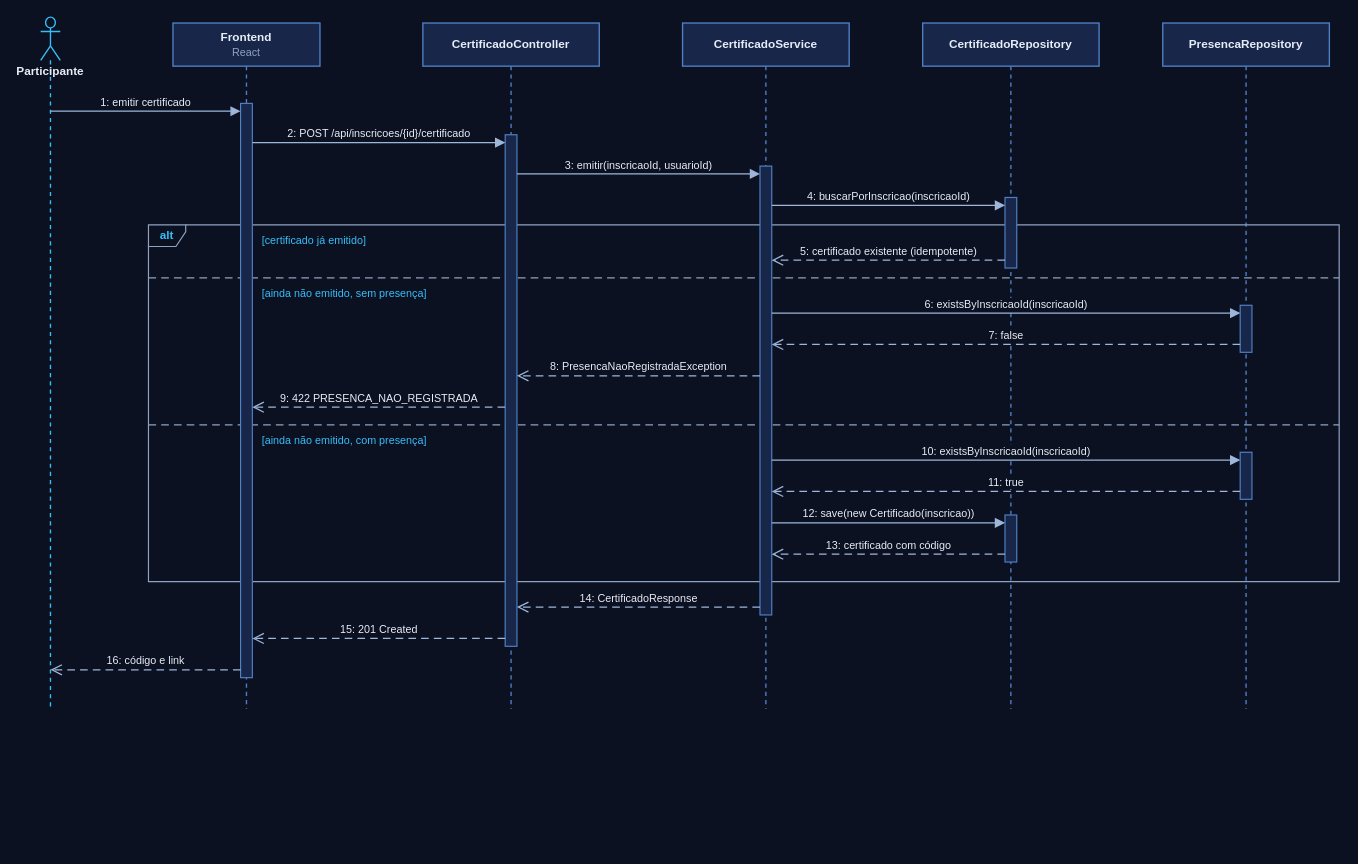
Before: page "A.6a Sequência — Emissão do certificado" (9 of 11) of docs/diagramas/v2-azul-noite/diagramas-v2-azul-noite.drawio in Jayzmatos22/GerenciadorDeEventos, a draw.io diagram. Source tidied: cells renumbered, new cells numbered last; positions are measured from the earlier drawing's top-left corner, leaving out a move shared by most shapes. Both pictures are drawn from the tidied source at 98%, with x=0, y=0 at pixel (40, 17).
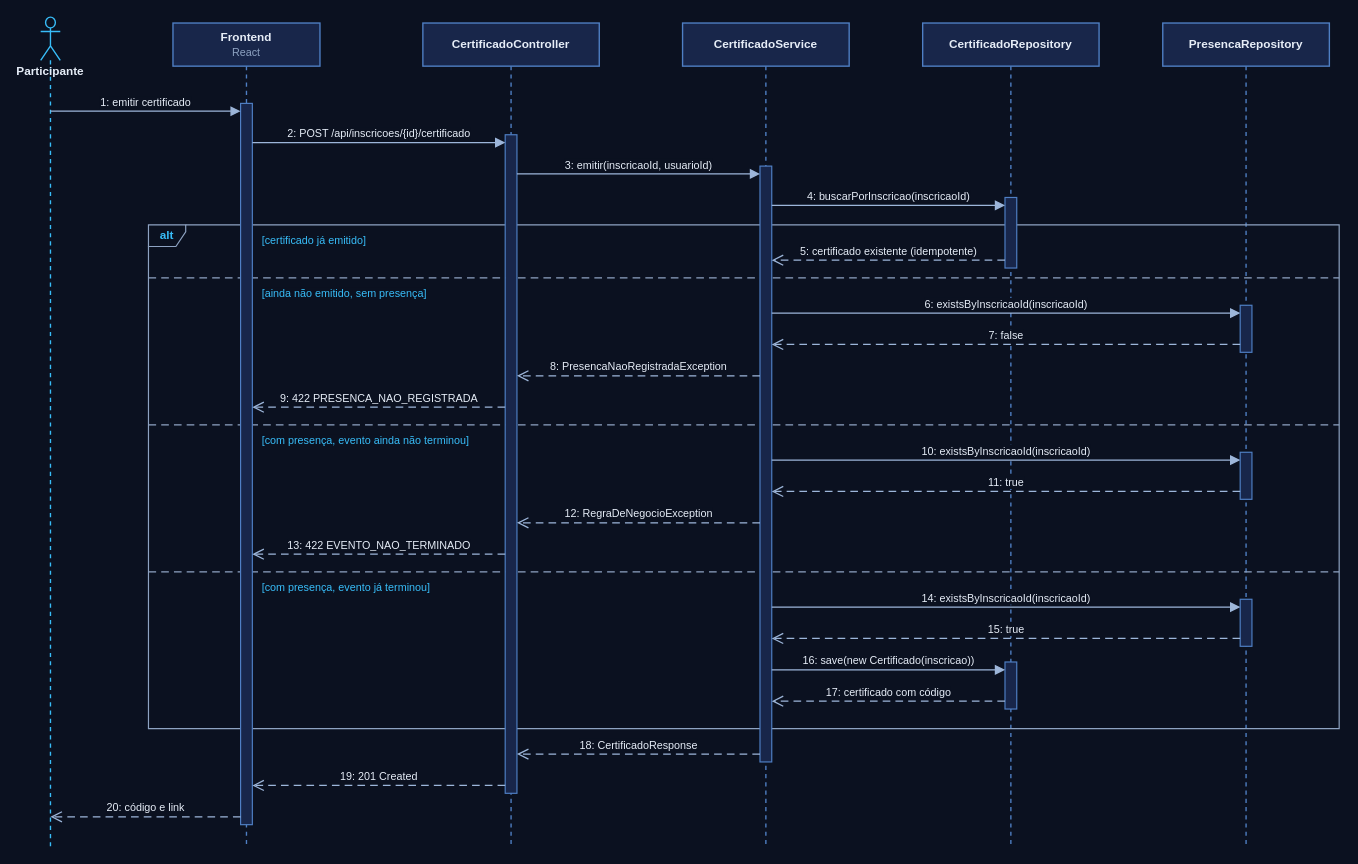
After the change.

Diff of the diagram source:
```diff
@@
     <mxCell id="2" value="Participante" style="html=1;whiteSpace=wrap;fontFamily=Helvetica;fontSize=12;fontColor=#e6edf7;strokeWidth=1.4;shape=umlLifeline;participant=umlActor;perimeter=lifelinePerimeter;verticalAlign=top;spacingTop=42;size=44;fillColor=none;strokeColor=#38bdf8;fontStyle=1;" parent="1" vertex="1">
-      <mxGeometry width="20" height="706" as="geometry" />
+      <mxGeometry width="20" height="846" as="geometry" />
     </mxCell>
     <mxCell id="3" value="&lt;b&gt;Frontend&lt;/b&gt;&lt;br&gt;&lt;span style=&quot;font-size:11px;color:#8ea3c2&quot;&gt;React&lt;/span&gt;" style="html=1;whiteSpace=wrap;fontFamily=Helvetica;fontSize=12;fontColor=#e6edf7;strokeWidth=1.4;shape=umlLifeline;perimeter=lifelinePerimeter;size=44;fillColor=#18264a;strokeColor=#4f7fc4;" parent="1" vertex="1">
-      <mxGeometry x="135" y="6" width="150" height="700" as="geometry" />
+      <mxGeometry x="135" y="6" width="150" height="840" as="geometry" />
     </mxCell>
     <mxCell id="4" value="&lt;b&gt;CertificadoController&lt;/b&gt;" style="html=1;whiteSpace=wrap;fontFamily=Helvetica;fontSize=12;fontColor=#e6edf7;strokeWidth=1.4;shape=umlLifeline;perimeter=lifelinePerimeter;size=44;fillColor=#18264a;strokeColor=#4f7fc4;" parent="1" vertex="1">
-      <mxGeometry x="390" y="6" width="180" height="700" as="geometry" />
+      <mxGeometry x="390" y="6" width="180" height="840" as="geometry" />
     </mxCell>
     <mxCell id="5" value="&lt;b&gt;CertificadoService&lt;/b&gt;" style="html=1;whiteSpace=wrap;fontFamily=Helvetica;fontSize=12;fontColor=#e6edf7;strokeWidth=1.4;shape=umlLifeline;perimeter=lifelinePerimeter;size=44;fillColor=#18264a;strokeColor=#4f7fc4;" parent="1" vertex="1">
-      <mxGeometry x="655" y="6" width="170" height="700" as="geometry" />
+      <mxGeometry x="655" y="6" width="170" height="840" as="geometry" />
     </mxCell>
     <mxCell id="6" value="&lt;b&gt;CertificadoRepository&lt;/b&gt;" style="html=1;whiteSpace=wrap;fontFamily=Helvetica;fontSize=12;fontColor=#e6edf7;strokeWidth=1.4;shape=umlLifeline;perimeter=lifelinePerimeter;size=44;fillColor=#18264a;strokeColor=#4f7fc4;" parent="1" vertex="1">
-      <mxGeometry x="900" y="6" width="180" height="700" as="geometry" />
+      <mxGeometry x="900" y="6" width="180" height="840" as="geometry" />
     </mxCell>
     <mxCell id="7" value="&lt;b&gt;PresencaRepository&lt;/b&gt;" style="html=1;whiteSpace=wrap;fontFamily=Helvetica;fontSize=12;fontColor=#e6edf7;strokeWidth=1.4;shape=umlLifeline;perimeter=lifelinePerimeter;size=44;fillColor=#18264a;strokeColor=#4f7fc4;" parent="1" vertex="1">
-      <mxGeometry x="1145" y="6" width="170" height="700" as="geometry" />
+      <mxGeometry x="1145" y="6" width="170" height="840" as="geometry" />
     </mxCell>
     <mxCell id="8" value="alt" style="html=1;whiteSpace=wrap;fontFamily=Helvetica;fontSize=12;fontColor=#e6edf7;strokeWidth=1.4;shape=umlFrame;width=38;height=22;fillColor=none;swimlaneFillColor=none;strokeColor=#8ea3c2;fontColor=#38bdf8;fontStyle=1;strokeWidth=1.2;" parent="1" vertex="1">
-      <mxGeometry x="110" y="212" width="1215" height="364" as="geometry" />
+      <mxGeometry x="110" y="212" width="1215" height="514" as="geometry" />
     </mxCell>
-    <mxCell id="9" style="edgeStyle=none;rounded=0;html=1;fontFamily=Helvetica;fontSize=11;strokeColor=#8ea3c2;fontColor=#e6edf7;strokeWidth=1.3;labelBackgroundColor=#0b1120;endArrow=none;dashed=1;dashPattern=6 4;" parent="1" edge="1">
-      <mxGeometry relative="1" as="geometry">
-        <mxPoint x="110" y="266" as="sourcePoint" />
-        <mxPoint x="1325" y="266" as="targetPoint" />
-      </mxGeometry>
-    </mxCell>
     <mxCell id="10" style="edgeStyle=none;rounded=0;html=1;fontFamily=Helvetica;fontSize=11;strokeColor=#8ea3c2;fontColor=#e6edf7;strokeWidth=1.3;labelBackgroundColor=#0b1120;endArrow=none;dashed=1;dashPattern=6 4;" parent="1" edge="1">
       <mxGeometry relative="1" as="geometry">
-        <mxPoint x="110" y="416" as="sourcePoint" />
-        <mxPoint x="1325" y="416" as="targetPoint" />
+        <mxPoint x="110" y="266" as="sourcePoint" />
+        <mxPoint x="1325" y="266" as="targetPoint" />
       </mxGeometry>
     </mxCell>
+    <mxCell id="25" style="edgeStyle=none;rounded=0;html=1;fontFamily=Helvetica;fontSize=11;strokeColor=#8ea3c2;fontColor=#e6edf7;strokeWidth=1.3;labelBackgroundColor=#0b1120;endArrow=none;dashed=1;dashPattern=6 4;" parent="1" edge="1">
+      <mxGeometry relative="1" as="geometry">
+        <mxPoint x="110" y="416" as="sourcePoint" />
+        <mxPoint x="1325" y="416" as="targetPoint" />
+      </mxGeometry>
+    </mxCell>
+    <mxCell id="26" style="edgeStyle=none;rounded=0;html=1;fontFamily=Helvetica;fontSize=11;strokeColor=#8ea3c2;fontColor=#e6edf7;strokeWidth=1.3;labelBackgroundColor=#0b1120;endArrow=none;dashed=1;dashPattern=6 4;" parent="1" edge="1">
+      <mxGeometry relative="1" as="geometry">
+        <mxPoint x="110" y="566" as="sourcePoint" />
+        <mxPoint x="1325" y="566" as="targetPoint" />
+      </mxGeometry>
+    </mxCell>
     <mxCell id="11" style="html=1;whiteSpace=wrap;fontFamily=Helvetica;fontSize=12;fontColor=#e6edf7;strokeWidth=1.4;perimeter=orthogonalPerimeter;targetShapes=umlLifeline;fillColor=#18264a;strokeColor=#4f7fc4;strokeWidth=1.2;" parent="1" vertex="1">
-      <mxGeometry x="204" y="88" width="12" height="586" as="geometry" />
+      <mxGeometry x="204" y="88" width="12" height="736" as="geometry" />
     </mxCell>
     <mxCell id="12" style="html=1;whiteSpace=wrap;fontFamily=Helvetica;fontSize=12;fontColor=#e6edf7;strokeWidth=1.4;perimeter=orthogonalPerimeter;targetShapes=umlLifeline;fillColor=#18264a;strokeColor=#4f7fc4;strokeWidth=1.2;" parent="1" vertex="1">
-      <mxGeometry x="474" y="120" width="12" height="522" as="geometry" />
+      <mxGeometry x="474" y="120" width="12" height="672" as="geometry" />
     </mxCell>
     <mxCell id="13" style="html=1;whiteSpace=wrap;fontFamily=Helvetica;fontSize=12;fontColor=#e6edf7;strokeWidth=1.4;perimeter=orthogonalPerimeter;targetShapes=umlLifeline;fillColor=#18264a;strokeColor=#4f7fc4;strokeWidth=1.2;" parent="1" vertex="1">
-      <mxGeometry x="734" y="152" width="12" height="458" as="geometry" />
+      <mxGeometry x="734" y="152" width="12" height="608" as="geometry" />
     </mxCell>
@@
     <mxCell id="15" style="html=1;whiteSpace=wrap;fontFamily=Helvetica;fontSize=12;fontColor=#e6edf7;strokeWidth=1.4;perimeter=orthogonalPerimeter;targetShapes=umlLifeline;fillColor=#18264a;strokeColor=#4f7fc4;strokeWidth=1.2;" parent="1" vertex="1">
-      <mxGeometry x="984" y="508" width="12" height="48" as="geometry" />
+      <mxGeometry x="984" y="658" width="12" height="48" as="geometry" />
     </mxCell>
@@
+    <mxCell id="37" style="html=1;whiteSpace=wrap;fontFamily=Helvetica;fontSize=12;fontColor=#e6edf7;strokeWidth=1.4;perimeter=orthogonalPerimeter;targetShapes=umlLifeline;fillColor=#18264a;strokeColor=#4f7fc4;strokeWidth=1.2;" parent="1" vertex="1">
+      <mxGeometry x="1224" y="594" width="12" height="48" as="geometry" />
+    </mxCell>
@@
-    <mxCell id="24" value="[ainda não emitido, com presença]" style="html=1;whiteSpace=wrap;fontFamily=Helvetica;fontSize=12;fontColor=#e6edf7;strokeWidth=1.4;text;strokeColor=none;fillColor=none;align=left;verticalAlign=top;fontColor=#38bdf8;fontSize=11;labelBackgroundColor=#0b1120;" parent="1" vertex="1">
-      <mxGeometry x="224" y="419" width="192" height="18" as="geometry" />
+    <mxCell id="24" value="[com presença, evento ainda não terminou]" style="html=1;whiteSpace=wrap;fontFamily=Helvetica;fontSize=12;fontColor=#e6edf7;strokeWidth=1.4;text;strokeColor=none;fillColor=none;align=left;verticalAlign=top;fontColor=#38bdf8;fontSize=11;labelBackgroundColor=#0b1120;" parent="1" vertex="1">
+      <mxGeometry x="224" y="419" width="241" height="18" as="geometry" />
     </mxCell>
-    <mxCell id="25" value="5: certificado existente (idempotente)" style="edgeStyle=none;rounded=0;html=1;fontFamily=Helvetica;fontSize=11;strokeColor=#9db6da;fontColor=#e6edf7;strokeWidth=1.3;labelBackgroundColor=#0b1120;endArrow=open;endFill=0;endSize=9;dashed=1;dashPattern=6 4;verticalAlign=bottom;" parent="1" edge="1">
-      <mxGeometry relative="1" as="geometry">
-        <mxPoint x="984" y="248" as="sourcePoint" />
-        <mxPoint x="746" y="248" as="targetPoint" />
-      </mxGeometry>
-    </mxCell>
-    <mxCell id="26" value="6: existsByInscricaoId(inscricaoId)" style="edgeStyle=none;rounded=0;html=1;fontFamily=Helvetica;fontSize=11;strokeColor=#9db6da;fontColor=#e6edf7;strokeWidth=1.3;labelBackgroundColor=#0b1120;endArrow=block;endFill=1;endSize=7;verticalAlign=bottom;" parent="1" edge="1">
-      <mxGeometry relative="1" as="geometry">
-        <mxPoint x="746" y="302" as="sourcePoint" />
-        <mxPoint x="1224" y="302" as="targetPoint" />
-      </mxGeometry>
-    </mxCell>
+    <mxCell id="38" value="[com presença, evento já terminou]" style="html=1;whiteSpace=wrap;fontFamily=Helvetica;fontSize=12;fontColor=#e6edf7;strokeWidth=1.4;text;strokeColor=none;fillColor=none;align=left;verticalAlign=top;fontColor=#38bdf8;fontSize=11;labelBackgroundColor=#0b1120;" parent="1" vertex="1">
+      <mxGeometry x="224" y="569" width="201" height="18" as="geometry" />
+    </mxCell>
-    <mxCell id="27" value="7: false" style="edgeStyle=none;rounded=0;html=1;fontFamily=Helvetica;fontSize=11;strokeColor=#9db6da;fontColor=#e6edf7;strokeWidth=1.3;labelBackgroundColor=#0b1120;endArrow=open;endFill=0;endSize=9;dashed=1;dashPattern=6 4;verticalAlign=bottom;" parent="1" edge="1">
+    <mxCell id="27" value="5: certificado existente (idempotente)" style="edgeStyle=none;rounded=0;html=1;fontFamily=Helvetica;fontSize=11;strokeColor=#9db6da;fontColor=#e6edf7;strokeWidth=1.3;labelBackgroundColor=#0b1120;endArrow=open;endFill=0;endSize=9;dashed=1;dashPattern=6 4;verticalAlign=bottom;" parent="1" edge="1">
       <mxGeometry relative="1" as="geometry">
-        <mxPoint x="1224" y="334" as="sourcePoint" />
-        <mxPoint x="746" y="334" as="targetPoint" />
+        <mxPoint x="984" y="248" as="sourcePoint" />
+        <mxPoint x="746" y="248" as="targetPoint" />
       </mxGeometry>
     </mxCell>
-    <mxCell id="28" value="8: PresencaNaoRegistradaException" style="edgeStyle=none;rounded=0;html=1;fontFamily=Helvetica;fontSize=11;strokeColor=#9db6da;fontColor=#e6edf7;strokeWidth=1.3;labelBackgroundColor=#0b1120;endArrow=open;endFill=0;endSize=9;dashed=1;dashPattern=6 4;verticalAlign=bottom;" parent="1" edge="1">
+    <mxCell id="28" value="6: existsByInscricaoId(inscricaoId)" style="edgeStyle=none;rounded=0;html=1;fontFamily=Helvetica;fontSize=11;strokeColor=#9db6da;fontColor=#e6edf7;strokeWidth=1.3;labelBackgroundColor=#0b1120;endArrow=block;endFill=1;endSize=7;verticalAlign=bottom;" parent="1" edge="1">
       <mxGeometry relative="1" as="geometry">
-        <mxPoint x="734" y="366" as="sourcePoint" />
-        <mxPoint x="486" y="366" as="targetPoint" />
+        <mxPoint x="746" y="302" as="sourcePoint" />
+        <mxPoint x="1224" y="302" as="targetPoint" />
       </mxGeometry>
     </mxCell>
-    <mxCell id="29" value="9: 422 PRESENCA_NAO_REGISTRADA" style="edgeStyle=none;rounded=0;html=1;fontFamily=Helvetica;fontSize=11;strokeColor=#9db6da;fontColor=#e6edf7;strokeWidth=1.3;labelBackgroundColor=#0b1120;endArrow=open;endFill=0;endSize=9;dashed=1;dashPattern=6 4;verticalAlign=bottom;" parent="1" edge="1">
+    <mxCell id="29" value="7: false" style="edgeStyle=none;rounded=0;html=1;fontFamily=Helvetica;fontSize=11;strokeColor=#9db6da;fontColor=#e6edf7;strokeWidth=1.3;labelBackgroundColor=#0b1120;endArrow=open;endFill=0;endSize=9;dashed=1;dashPattern=6 4;verticalAlign=bottom;" parent="1" edge="1">
       <mxGeometry relative="1" as="geometry">
-        <mxPoint x="474" y="398" as="sourcePoint" />
-        <mxPoint x="216" y="398" as="targetPoint" />
+        <mxPoint x="1224" y="334" as="sourcePoint" />
+        <mxPoint x="746" y="334" as="targetPoint" />
       </mxGeometry>
     </mxCell>
-    <mxCell id="30" value="10: existsByInscricaoId(inscricaoId)" style="edgeStyle=none;rounded=0;html=1;fontFamily=Helvetica;fontSize=11;strokeColor=#9db6da;fontColor=#e6edf7;strokeWidth=1.3;labelBackgroundColor=#0b1120;endArrow=block;endFill=1;endSize=7;verticalAlign=bottom;" parent="1" edge="1">
+    <mxCell id="30" value="8: PresencaNaoRegistradaException" style="edgeStyle=none;rounded=0;html=1;fontFamily=Helvetica;fontSize=11;strokeColor=#9db6da;fontColor=#e6edf7;strokeWidth=1.3;labelBackgroundColor=#0b1120;endArrow=open;endFill=0;endSize=9;dashed=1;dashPattern=6 4;verticalAlign=bottom;" parent="1" edge="1">
       <mxGeometry relative="1" as="geometry">
-        <mxPoint x="746" y="452" as="sourcePoint" />
-        <mxPoint x="1224" y="452" as="targetPoint" />
+        <mxPoint x="734" y="366" as="sourcePoint" />
+        <mxPoint x="486" y="366" as="targetPoint" />
       </mxGeometry>
     </mxCell>
-    <mxCell id="31" value="11: true" style="edgeStyle=none;rounded=0;html=1;fontFamily=Helvetica;fontSize=11;strokeColor=#9db6da;fontColor=#e6edf7;strokeWidth=1.3;labelBackgroundColor=#0b1120;endArrow=open;endFill=0;endSize=9;dashed=1;dashPattern=6 4;verticalAlign=bottom;" parent="1" edge="1">
+    <mxCell id="31" value="9: 422 PRESENCA_NAO_REGISTRADA" style="edgeStyle=none;rounded=0;html=1;fontFamily=Helvetica;fontSize=11;strokeColor=#9db6da;fontColor=#e6edf7;strokeWidth=1.3;labelBackgroundColor=#0b1120;endArrow=open;endFill=0;endSize=9;dashed=1;dashPattern=6 4;verticalAlign=bottom;" parent="1" edge="1">
       <mxGeometry relative="1" as="geometry">
-        <mxPoint x="1224" y="484" as="sourcePoint" />
-        <mxPoint x="746" y="484" as="targetPoint" />
+        <mxPoint x="474" y="398" as="sourcePoint" />
+        <mxPoint x="216" y="398" as="targetPoint" />
       </mxGeometry>
     </mxCell>
-    <mxCell id="32" value="12: save(new Certificado(inscricao))" style="edgeStyle=none;rounded=0;html=1;fontFamily=Helvetica;fontSize=11;strokeColor=#9db6da;fontColor=#e6edf7;strokeWidth=1.3;labelBackgroundColor=#0b1120;endArrow=block;endFill=1;endSize=7;verticalAlign=bottom;" parent="1" edge="1">
+    <mxCell id="32" value="10: existsByInscricaoId(inscricaoId)" style="edgeStyle=none;rounded=0;html=1;fontFamily=Helvetica;fontSize=11;strokeColor=#9db6da;fontColor=#e6edf7;strokeWidth=1.3;labelBackgroundColor=#0b1120;endArrow=block;endFill=1;endSize=7;verticalAlign=bottom;" parent="1" edge="1">
       <mxGeometry relative="1" as="geometry">
-        <mxPoint x="746" y="516" as="sourcePoint" />
-        <mxPoint x="984" y="516" as="targetPoint" />
+        <mxPoint x="746" y="452" as="sourcePoint" />
+        <mxPoint x="1224" y="452" as="targetPoint" />
       </mxGeometry>
     </mxCell>
-    <mxCell id="33" value="13: certificado com código" style="edgeStyle=none;rounded=0;html=1;fontFamily=Helvetica;fontSize=11;strokeColor=#9db6da;fontColor=#e6edf7;strokeWidth=1.3;labelBackgroundColor=#0b1120;endArrow=open;endFill=0;endSize=9;dashed=1;dashPattern=6 4;verticalAlign=bottom;" parent="1" edge="1">
+    <mxCell id="33" value="11: true" style="edgeStyle=none;rounded=0;html=1;fontFamily=Helvetica;fontSize=11;strokeColor=#9db6da;fontColor=#e6edf7;strokeWidth=1.3;labelBackgroundColor=#0b1120;endArrow=open;endFill=0;endSize=9;dashed=1;dashPattern=6 4;verticalAlign=bottom;" parent="1" edge="1">
       <mxGeometry relative="1" as="geometry">
-        <mxPoint x="984" y="548" as="sourcePoint" />
-        <mxPoint x="746" y="548" as="targetPoint" />
+        <mxPoint x="1224" y="484" as="sourcePoint" />
+        <mxPoint x="746" y="484" as="targetPoint" />
       </mxGeometry>
     </mxCell>
-    <mxCell id="34" value="14: CertificadoResponse" style="edgeStyle=none;rounded=0;html=1;fontFamily=Helvetica;fontSize=11;strokeColor=#9db6da;fontColor=#e6edf7;strokeWidth=1.3;labelBackgroundColor=#0b1120;endArrow=open;endFill=0;endSize=9;dashed=1;dashPattern=6 4;verticalAlign=bottom;" parent="1" edge="1">
+    <mxCell id="34" value="12: RegraDeNegocioException" style="edgeStyle=none;rounded=0;html=1;fontFamily=Helvetica;fontSize=11;strokeColor=#9db6da;fontColor=#e6edf7;strokeWidth=1.3;labelBackgroundColor=#0b1120;endArrow=open;endFill=0;endSize=9;dashed=1;dashPattern=6 4;verticalAlign=bottom;" parent="1" edge="1">
       <mxGeometry relative="1" as="geometry">
-        <mxPoint x="734" y="602" as="sourcePoint" />
-        <mxPoint x="486" y="602" as="targetPoint" />
+        <mxPoint x="734" y="516" as="sourcePoint" />
+        <mxPoint x="486" y="516" as="targetPoint" />
       </mxGeometry>
     </mxCell>
-    <mxCell id="35" value="15: 201 Created" style="edgeStyle=none;rounded=0;html=1;fontFamily=Helvetica;fontSize=11;strokeColor=#9db6da;fontColor=#e6edf7;strokeWidth=1.3;labelBackgroundColor=#0b1120;endArrow=open;endFill=0;endSize=9;dashed=1;dashPattern=6 4;verticalAlign=bottom;" parent="1" edge="1">
+    <mxCell id="35" value="13: 422 EVENTO_NAO_TERMINADO" style="edgeStyle=none;rounded=0;html=1;fontFamily=Helvetica;fontSize=11;strokeColor=#9db6da;fontColor=#e6edf7;strokeWidth=1.3;labelBackgroundColor=#0b1120;endArrow=open;endFill=0;endSize=9;dashed=1;dashPattern=6 4;verticalAlign=bottom;" parent="1" edge="1">
       <mxGeometry relative="1" as="geometry">
-        <mxPoint x="474" y="634" as="sourcePoint" />
-        <mxPoint x="216" y="634" as="targetPoint" />
+        <mxPoint x="474" y="548" as="sourcePoint" />
+        <mxPoint x="216" y="548" as="targetPoint" />
       </mxGeometry>
     </mxCell>
-    <mxCell id="36" value="16: código e link" style="edgeStyle=none;rounded=0;html=1;fontFamily=Helvetica;fontSize=11;strokeColor=#9db6da;fontColor=#e6edf7;strokeWidth=1.3;labelBackgroundColor=#0b1120;endArrow=open;endFill=0;endSize=9;dashed=1;dashPattern=6 4;verticalAlign=bottom;" parent="1" edge="1">
+    <mxCell id="36" value="14: existsByInscricaoId(inscricaoId)" style="edgeStyle=none;rounded=0;html=1;fontFamily=Helvetica;fontSize=11;strokeColor=#9db6da;fontColor=#e6edf7;strokeWidth=1.3;labelBackgroundColor=#0b1120;endArrow=block;endFill=1;endSize=7;verticalAlign=bottom;" parent="1" edge="1">
       <mxGeometry relative="1" as="geometry">
-        <mxPoint x="204" y="666" as="sourcePoint" />
-        <mxPoint x="10" y="666" as="targetPoint" />
+        <mxPoint x="746" y="602" as="sourcePoint" />
+        <mxPoint x="1224" y="602" as="targetPoint" />
       </mxGeometry>
     </mxCell>
+    <mxCell id="39" value="15: true" style="edgeStyle=none;rounded=0;html=1;fontFamily=Helvetica;fontSize=11;strokeColor=#9db6da;fontColor=#e6edf7;strokeWidth=1.3;labelBackgroundColor=#0b1120;endArrow=open;endFill=0;endSize=9;dashed=1;dashPattern=6 4;verticalAlign=bottom;" parent="1" edge="1">
+      <mxGeometry relative="1" as="geometry">
+        <mxPoint x="1224" y="634" as="sourcePoint" />
+        <mxPoint x="746" y="634" as="targetPoint" />
+      </mxGeometry>
+    </mxCell>
+    <mxCell id="40" value="16: save(new Certificado(inscricao))" style="edgeStyle=none;rounded=0;html=1;fontFamily=Helvetica;fontSize=11;strokeColor=#9db6da;fontColor=#e6edf7;strokeWidth=1.3;labelBackgroundColor=#0b1120;endArrow=block;endFill=1;endSize=7;verticalAlign=bottom;" parent="1" edge="1">
+      <mxGeometry relative="1" as="geometry">
+        <mxPoint x="746" y="666" as="sourcePoint" />
+        <mxPoint x="984" y="666" as="targetPoint" />
+      </mxGeometry>
+    </mxCell>
+    <mxCell id="41" value="17: certificado com código" style="edgeStyle=none;rounded=0;html=1;fontFamily=Helvetica;fontSize=11;strokeColor=#9db6da;fontColor=#e6edf7;strokeWidth=1.3;labelBackgroundColor=#0b1120;endArrow=open;endFill=0;endSize=9;dashed=1;dashPattern=6 4;verticalAlign=bottom;" parent="1" edge="1">
+      <mxGeometry relative="1" as="geometry">
+        <mxPoint x="984" y="698" as="sourcePoint" />
+        <mxPoint x="746" y="698" as="targetPoint" />
+      </mxGeometry>
+    </mxCell>
+    <mxCell id="42" value="18: CertificadoResponse" style="edgeStyle=none;rounded=0;html=1;fontFamily=Helvetica;fontSize=11;strokeColor=#9db6da;fontColor=#e6edf7;strokeWidth=1.3;labelBackgroundColor=#0b1120;endArrow=open;endFill=0;endSize=9;dashed=1;dashPattern=6 4;verticalAlign=bottom;" parent="1" edge="1">
+      <mxGeometry relative="1" as="geometry">
+        <mxPoint x="734" y="752" as="sourcePoint" />
+        <mxPoint x="486" y="752" as="targetPoint" />
+      </mxGeometry>
+    </mxCell>
+    <mxCell id="43" value="19: 201 Created" style="edgeStyle=none;rounded=0;html=1;fontFamily=Helvetica;fontSize=11;strokeColor=#9db6da;fontColor=#e6edf7;strokeWidth=1.3;labelBackgroundColor=#0b1120;endArrow=open;endFill=0;endSize=9;dashed=1;dashPattern=6 4;verticalAlign=bottom;" parent="1" edge="1">
+      <mxGeometry relative="1" as="geometry">
+        <mxPoint x="474" y="784" as="sourcePoint" />
+        <mxPoint x="216" y="784" as="targetPoint" />
+      </mxGeometry>
+    </mxCell>
+    <mxCell id="44" value="20: código e link" style="edgeStyle=none;rounded=0;html=1;fontFamily=Helvetica;fontSize=11;strokeColor=#9db6da;fontColor=#e6edf7;strokeWidth=1.3;labelBackgroundColor=#0b1120;endArrow=open;endFill=0;endSize=9;dashed=1;dashPattern=6 4;verticalAlign=bottom;" parent="1" edge="1">
+      <mxGeometry relative="1" as="geometry">
+        <mxPoint x="204" y="816" as="sourcePoint" />
+        <mxPoint x="10" y="816" as="targetPoint" />
+      </mxGeometry>
+    </mxCell>
```
